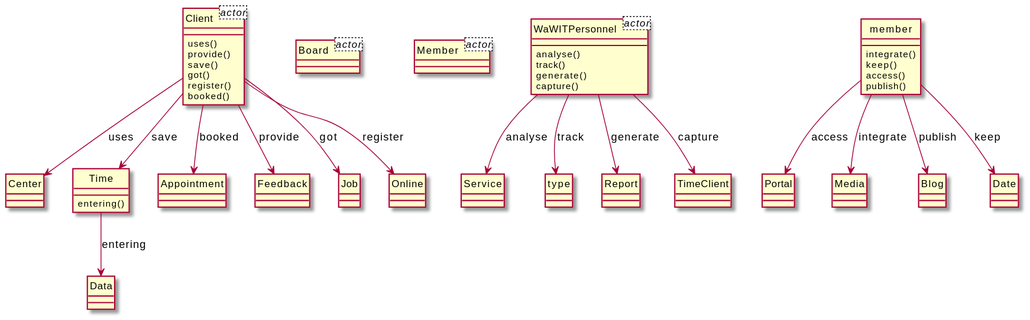
Above: output/diagram_5/2014-USC-Project14.svg in xixixhalu/DomainModelExtractor (PlantUML), before the change.
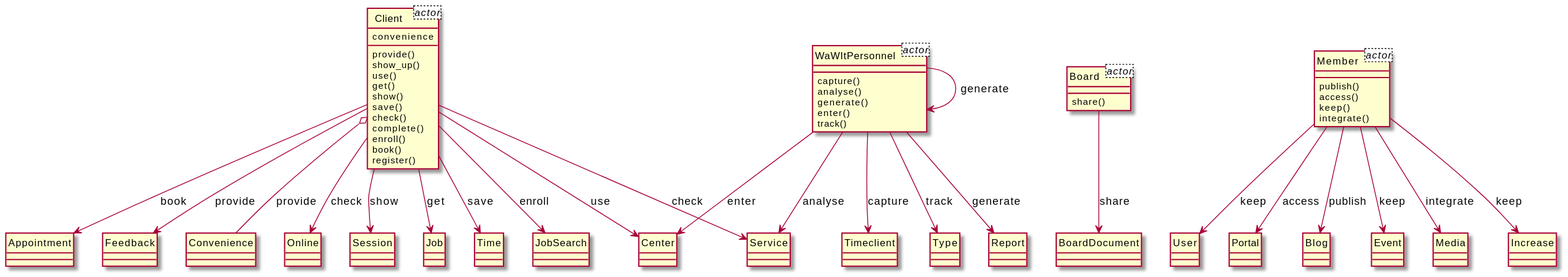
Above is the later version.

The edit, as a diff of the source:
```diff
@@ -1,77 +1,104 @@
 @startuml
 hide circle
 class Client<actor> {
+	convenience
 }
 class Board<actor> {
 }
 class Member<actor> {
 }
-class WaWITPersonnel<actor> {
+class WaWItPersonnel<actor> {
 }
-class member {
+class Member {
+	publish()
+	access()
+	keep()
 	integrate()
-	keep()
-	access()
-	publish()
+}
+class User {
 }
 class Portal {
 }
+class Client {
+	provide()
+	show_up()
+	use()
+	get()
+	show()
+	save()
+	check()
+	complete()
+	enroll()
+	book()
+	register()
+}
+class Feedback {
+}
+class Convenience {
+}
+class Blog {
+}
+class WaWItPersonnel {
+	capture()
+	analyse()
+	generate()
+	enter()
+	track()
+}
+class Event {
+}
+class Online {
+}
+class Session {
+}
+class Job {
+}
+class Board {
+	share()
+}
+class Time {
+}
+class JobSearch {
+}
 class Media {
 }
-class WaWITPersonnel {
-	analyse()
-	track()
-	generate()
-	capture()
+class Appointment {
+}
+class Center {
 }
 class Service {
 }
-class Blog {
+class Increase {
 }
-class Client {
-	uses()
-	provide()
-	save()
-	got()
-	register()
-	booked()
+class Timeclient {
 }
-class Center {
-}
-class Time {
-	entering()
-}
-class Data {
-}
-class Appointment {
-}
-class type {
-}
-class Date {
-}
-class Feedback {
+class Type {
 }
 class Report {
 }
-class Job {
+class BoardDocument {
 }
-class TimeClient {
-}
-class Online {
-}
-member --> Date : keep
+Client --> Service : check
+WaWItPersonnel --> Service : analyse
+Member --> Event : keep
+Client o-- Convenience : provide
+Member --> Increase : keep
+Client --> Online : check
+WaWItPersonnel --> Center : enter
+Client --> Session : show
+WaWItPersonnel --> Timeclient : capture
+Client --> Job : get
+WaWItPersonnel --> Type : track
+Client --> Center : use
+Member --> Blog : publish
+WaWItPersonnel --> WaWItPersonnel : generate
+Client --> Feedback : provide
+WaWItPersonnel --> Report : generate
 Client --> Time : save
-Client --> Center : uses
-Client --> Job : got
-WaWITPersonnel --> Service : analyse
-member --> Portal : access
-Client --> Appointment : booked
-Client --> Online : register
-Client --> Feedback : provide
-member --> Blog : publish
-member --> Media : integrate
-WaWITPersonnel --> type : track
-Time --> Data : entering
-WaWITPersonnel --> Report : generate
-WaWITPersonnel --> TimeClient : capture
+Board --> BoardDocument : share
+Client --> JobSearch : enroll
+Member --> Media : integrate
+Client --> Appointment : book
+Member --> Portal : access
+Member --> User : keep
 @enduml
```
